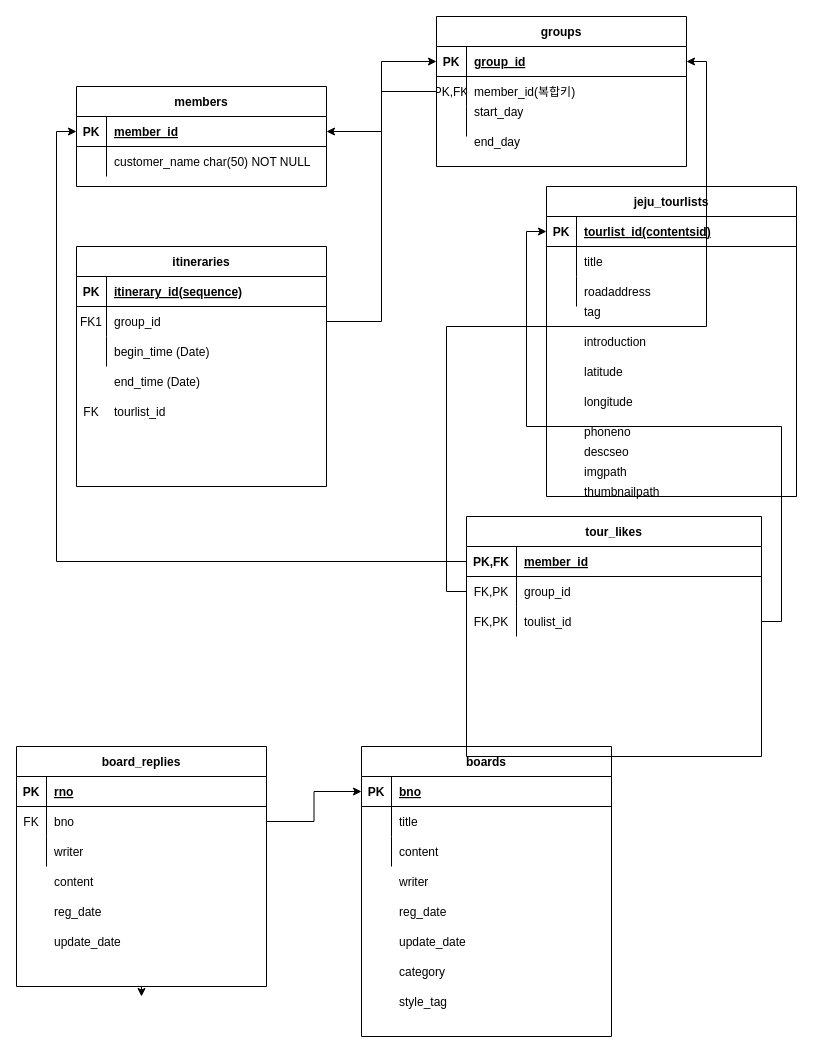
This is Untitled Diagram.drawio from Youyeon-Kim/ShallweJeju, a draw.io file, before an edit. Source tidied: cells renumbered, new cells numbered last; positions are measured from the earlier drawing's top-left corner, leaving out a move shared by most shapes. Both pictures are drawn from the tidied source at 100%, with x=0, y=0 at pixel (16, 16).
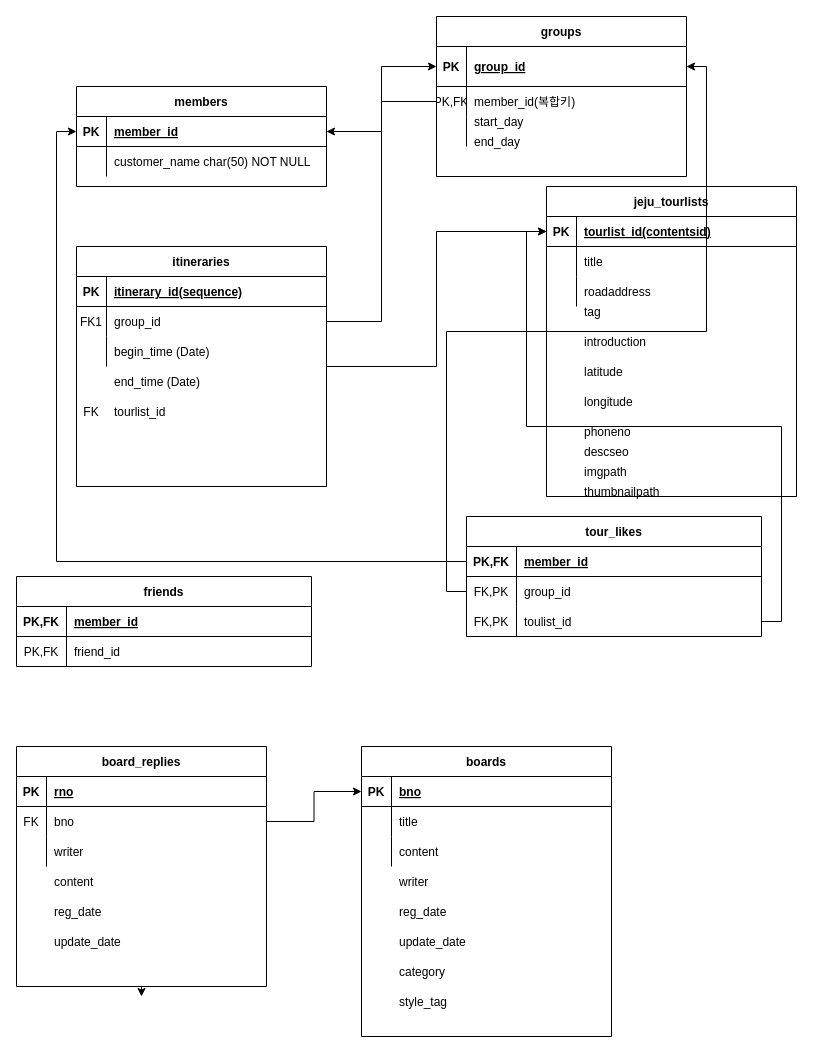
The same diagram, later.

Unchanged cells that the change refers to:
```xml
<mxCell id="13" style="shape=partialRectangle;fillColor=none;points=[[0,0.5],[1,0.5]];portConstraint=eastwest;top=0;left=0;right=0;bottom=1;" parent="12" vertex="1">
  <mxGeometry y="30" width="250" height="30" as="geometry" />
</mxCell>
<mxCell id="29" value="itineraries" style="shape=table;startSize=30;childLayout=tableLayout;rowLines=0;fontStyle=1;align=center;" parent="1" vertex="1">
  <mxGeometry x="60" y="230" width="250" height="240" as="geometry" />
</mxCell>
```

The edit, as a diff of the source:
```diff
@@
     <mxCell id="2" value="groups" style="shape=table;startSize=30;childLayout=tableLayout;rowLines=0;fontStyle=1;align=center;" parent="1" vertex="1">
-      <mxGeometry x="420" width="250" height="150" as="geometry" />
+      <mxGeometry x="420" width="250" height="160" as="geometry" />
     </mxCell>
     <mxCell id="3" style="shape=partialRectangle;fillColor=none;points=[[0,0.5],[1,0.5]];portConstraint=eastwest;top=0;left=0;right=0;bottom=1;" parent="2" vertex="1">
-      <mxGeometry y="30" width="250" height="30" as="geometry" />
+      <mxGeometry y="30" width="250" height="40" as="geometry" />
     </mxCell>
     <mxCell id="4" value="PK" style="shape=partialRectangle;overflow=hidden;fillColor=none;top=0;left=0;bottom=0;right=0;fontStyle=1;" parent="3" vertex="1">
-      <mxGeometry width="30" height="30" as="geometry" />
+      <mxGeometry width="30" height="40" as="geometry" />
     </mxCell>
     <mxCell id="5" value="group_id" style="shape=partialRectangle;overflow=hidden;fillColor=none;top=0;left=0;bottom=0;right=0;align=left;spacingLeft=6;fontStyle=5;" parent="3" vertex="1">
-      <mxGeometry x="30" width="220" height="30" as="geometry" />
+      <mxGeometry x="30" width="220" height="40" as="geometry" />
     </mxCell>
     <mxCell id="6" style="shape=partialRectangle;fillColor=none;points=[[0,0.5],[1,0.5]];portConstraint=eastwest;top=0;left=0;right=0;bottom=0;" parent="2" vertex="1">
-      <mxGeometry y="60" width="250" height="30" as="geometry" />
+      <mxGeometry y="70" width="250" height="30" as="geometry" />
     </mxCell>
@@
     <mxCell id="9" style="shape=partialRectangle;fillColor=none;top=0;left=0;right=0;bottom=0;" parent="2" vertex="1">
-      <mxGeometry y="90" width="250" height="30" as="geometry" />
+      <mxGeometry y="100" width="250" height="30" as="geometry" />
     </mxCell>
@@
+    <mxCell id="100" style="edgeStyle=orthogonalEdgeStyle;rounded=0;jettySize=auto;html=1;" parent="1" edge="1" source="29" target="13">
+      <mxGeometry relative="1" as="geometry" />
+    </mxCell>
@@
     <mxCell id="43" value="start_day" style="shape=partialRectangle;overflow=hidden;fillColor=none;top=0;left=0;bottom=0;right=0;align=left;spacingLeft=6;" parent="1" vertex="1">
-      <mxGeometry x="450" y="80" width="220" height="30" as="geometry" />
+      <mxGeometry x="450" y="90" width="220" height="30" as="geometry" />
     </mxCell>
@@
     <mxCell id="74" value="tour_likes" style="shape=table;startSize=30;childLayout=tableLayout;rowLines=0;fontStyle=1;align=center;" parent="1" vertex="1">
-      <mxGeometry x="450" y="500" width="295" height="240" as="geometry" />
+      <mxGeometry x="450" y="500" width="295" height="120" as="geometry" />
     </mxCell>
@@
+    <mxCell id="101" value="friends" style="shape=table;startSize=30;childLayout=tableLayout;rowLines=0;fontStyle=1;align=center;" parent="1" vertex="1">
+      <mxGeometry y="560" width="295" height="90" as="geometry" />
+    </mxCell>
+    <mxCell id="102" style="shape=partialRectangle;fillColor=none;top=0;left=0;right=0;bottom=1;" parent="101" vertex="1">
+      <mxGeometry y="30" width="295" height="30" as="geometry" />
+    </mxCell>
+    <mxCell id="103" value="PK,FK" style="shape=partialRectangle;overflow=hidden;fillColor=none;top=0;left=0;bottom=0;right=0;fontStyle=1;" parent="102" vertex="1">
+      <mxGeometry width="50" height="30" as="geometry" />
+    </mxCell>
+    <mxCell id="104" value="member_id" style="shape=partialRectangle;overflow=hidden;fillColor=none;top=0;left=0;bottom=0;right=0;align=left;spacingLeft=6;fontStyle=5;" parent="102" vertex="1">
+      <mxGeometry x="50" width="245" height="30" as="geometry" />
+    </mxCell>
+    <mxCell id="105" style="shape=partialRectangle;fillColor=none;top=0;left=0;right=0;bottom=0;" parent="101" vertex="1">
+      <mxGeometry y="60" width="295" height="30" as="geometry" />
+    </mxCell>
+    <mxCell id="106" value="PK,FK" style="shape=partialRectangle;overflow=hidden;fillColor=none;top=0;left=0;bottom=0;right=0;" parent="105" vertex="1">
+      <mxGeometry width="50" height="30" as="geometry" />
+    </mxCell>
+    <mxCell id="107" value="friend_id" style="shape=partialRectangle;overflow=hidden;fillColor=none;top=0;left=0;bottom=0;right=0;align=left;spacingLeft=6;" parent="105" vertex="1">
+      <mxGeometry x="50" width="245" height="30" as="geometry" />
+    </mxCell>
```
